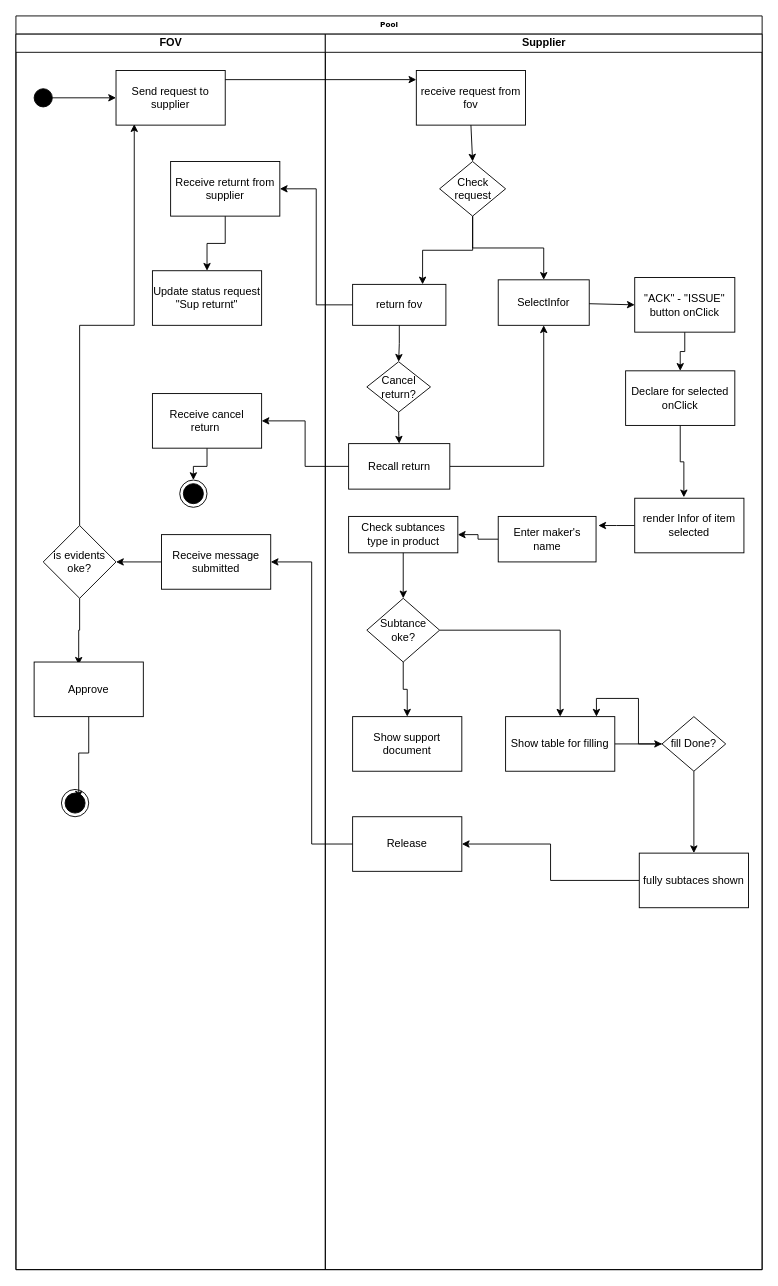
Above: page "Activity" (2 of 4) of Untitled Diagram.drawio in jaysonguyen/Shopee (draw.io), before the change. Source tidied: cells renumbered, new cells numbered last; positions are measured from the earlier drawing's top-left corner, leaving out a move shared by most shapes. Both pictures are drawn from the tidied source at 91%, with x=0, y=0 at pixel (15, 15).
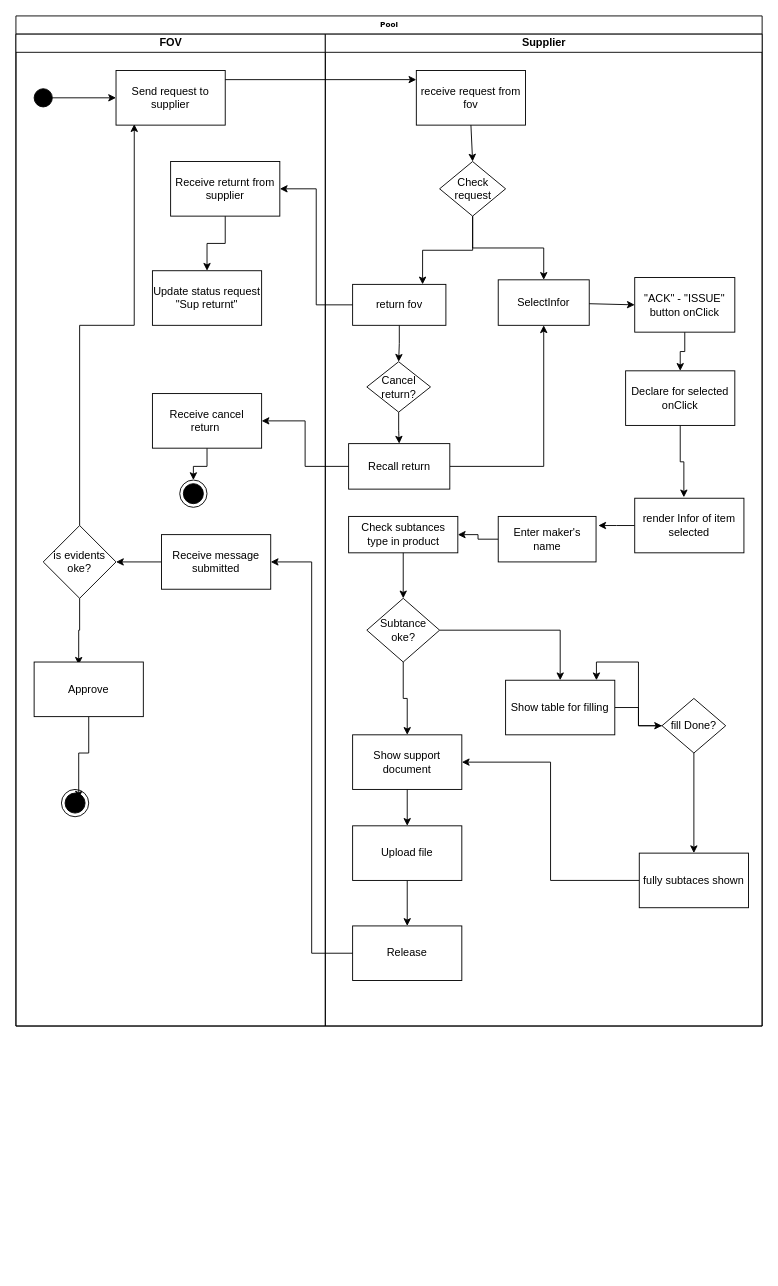
The same diagram, later.

Unchanged cells that the change refers to:
```xml
<mxCell id="53" value="fully subtaces shown" style="rounded=0;whiteSpace=wrap;html=1;" parent="22" vertex="1">
  <mxGeometry x="345" y="900" width="120" height="60" as="geometry" />
</mxCell>
```

Change to the diagram source:
```diff
@@
     <mxCell id="2" value="Pool" style="swimlane;html=1;startSize=20;rounded=0;shadow=0;labelBackgroundColor=none;strokeWidth=1;fontFamily=Verdana;fontSize=8;align=center;" parent="1" vertex="1">
-      <mxGeometry width="820" height="1377.7" as="geometry" />
+      <mxGeometry width="820" height="1110" as="geometry" />
     </mxCell>
     <mxCell id="3" value="FOV" style="swimlane;html=1;startSize=20;" parent="2" vertex="1">
-      <mxGeometry y="20" width="340" height="1357.7" as="geometry" />
+      <mxGeometry y="20" width="340" height="1090" as="geometry" />
     </mxCell>
@@
     <mxCell id="22" value="Supplier" style="swimlane;html=1;startSize=20;" parent="2" vertex="1">
-      <mxGeometry x="340" y="20" width="480" height="1357.7" as="geometry" />
+      <mxGeometry x="340" y="20" width="480" height="1090" as="geometry" />
     </mxCell>
@@
     <mxCell id="47" value="Show table for filling" style="rounded=0;whiteSpace=wrap;html=1;" parent="22" vertex="1">
-      <mxGeometry x="198.1" y="750" width="120" height="60" as="geometry" />
+      <mxGeometry x="198.1" y="710" width="120" height="60" as="geometry" />
     </mxCell>
+    <mxCell id="61" style="edgeStyle=orthogonalEdgeStyle;rounded=0;jettySize=auto;html=1;" parent="22" edge="1" source="48" target="64">
+      <mxGeometry relative="1" as="geometry" />
+    </mxCell>
     <mxCell id="48" value="Show support document" style="rounded=0;whiteSpace=wrap;html=1;" parent="22" vertex="1">
-      <mxGeometry x="30" y="750" width="120" height="60" as="geometry" />
+      <mxGeometry x="30" y="770" width="120" height="60" as="geometry" />
     </mxCell>
@@
     <mxCell id="51" value="fill Done?" style="rhombus;whiteSpace=wrap;html=1;" parent="22" vertex="1">
-      <mxGeometry x="370" y="750" width="70" height="60" as="geometry" />
+      <mxGeometry x="370" y="730" width="70" height="60" as="geometry" />
     </mxCell>
-    <mxCell id="52" style="edgeStyle=orthogonalEdgeStyle;rounded=0;jettySize=auto;html=1;entryX=1;entryY=0.5;entryDx=0;entryDy=0;" parent="22" edge="1" source="53" target="54">
-      <mxGeometry relative="1" as="geometry" />
-    </mxCell>
+    <mxCell id="62" style="edgeStyle=orthogonalEdgeStyle;rounded=0;jettySize=auto;html=1;entryX=1;entryY=0.5;entryDx=0;entryDy=0;" parent="22" edge="1" source="53" target="48">
+      <mxGeometry relative="1" as="geometry" />
+    </mxCell>
@@
     <mxCell id="54" value="Release" style="rounded=0;whiteSpace=wrap;html=1;" parent="22" vertex="1">
-      <mxGeometry x="30" y="860" width="120" height="60" as="geometry" />
+      <mxGeometry x="30" y="980" width="120" height="60" as="geometry" />
     </mxCell>
@@
+    <mxCell id="63" style="edgeStyle=orthogonalEdgeStyle;rounded=0;jettySize=auto;html=1;" parent="22" edge="1" source="64" target="54">
+      <mxGeometry relative="1" as="geometry" />
+    </mxCell>
+    <mxCell id="64" value="Upload file" style="rounded=0;whiteSpace=wrap;html=1;" parent="22" vertex="1">
+      <mxGeometry x="30" y="870" width="120" height="60" as="geometry" />
+    </mxCell>
```
